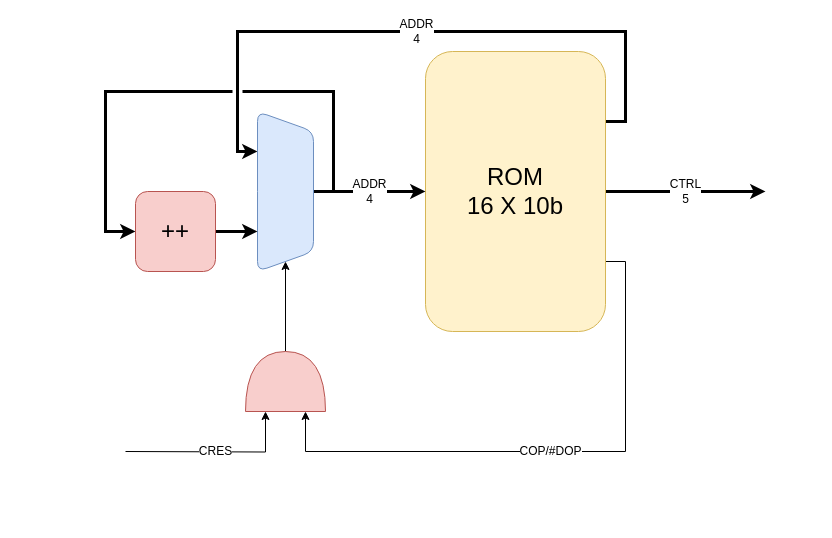
This is page "Control" (2 of 2) of doc/pseudocpu.drawio from HummusPrince/PseudoCPU, a draw.io file, before an edit. Source tidied: cells renumbered, new cells numbered last; positions are measured from the earlier drawing's top-left corner, leaving out a move shared by most shapes. Both pictures are drawn from the tidied source at 100%, with x=0, y=0 at pixel (105, 31).
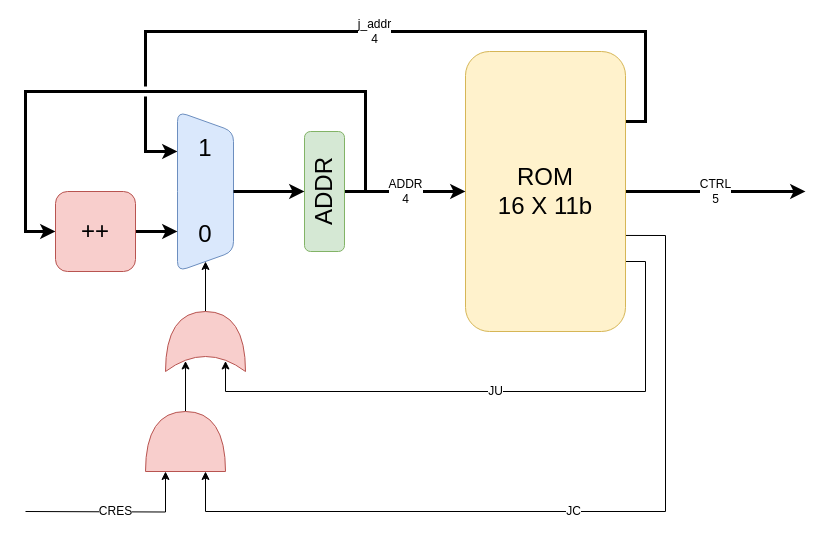
The same diagram, later.

The edit, as a diff of the source:
```diff
@@
+    <mxCell id="7" style="edgeStyle=orthogonalEdgeStyle;rounded=0;jumpStyle=gap;jettySize=auto;html=1;entryX=0;entryY=0.5;entryDx=0;entryDy=0;fontFamily=Helvetica;fontSize=12;strokeWidth=3;exitX=1;exitY=0.5;exitDx=0;exitDy=0;" parent="1" edge="1" source="17" target="10">
+      <mxGeometry relative="1" as="geometry">
+        <Array as="points">
+          <mxPoint x="260" y="160" />
+          <mxPoint x="260" y="60" />
+          <mxPoint x="-80" y="60" />
+          <mxPoint x="-80" y="200" />
+        </Array>
+      </mxGeometry>
+    </mxCell>
-    <mxCell id="2" value="&lt;div&gt;ADDR&lt;/div&gt;&lt;div&gt;4&lt;br&gt;&lt;/div&gt;" style="edgeStyle=orthogonalEdgeStyle;rounded=0;jumpStyle=gap;jettySize=auto;html=1;exitX=1;exitY=0.25;exitDx=0;exitDy=0;entryX=0.25;entryY=1;entryDx=0;entryDy=0;fontFamily=Helvetica;fontSize=12;strokeWidth=3;" parent="1" edge="1" source="5" target="8">
+    <mxCell id="2" value="&lt;div&gt;j_addr&lt;/div&gt;&lt;div&gt;4&lt;br&gt;&lt;/div&gt;" style="edgeStyle=orthogonalEdgeStyle;rounded=0;jumpStyle=gap;jettySize=auto;html=1;exitX=1;exitY=0.25;exitDx=0;exitDy=0;entryX=0.25;entryY=1;entryDx=0;entryDy=0;fontFamily=Helvetica;fontSize=12;strokeWidth=3;" parent="1" edge="1" source="5" target="8">
       <mxGeometry relative="1" as="geometry">
         <Array as="points">
-          <mxPoint x="520" y="90" />
-          <mxPoint x="520" />
-          <mxPoint x="132" />
-          <mxPoint x="132" y="120" />
+          <mxPoint x="540" y="90" />
+          <mxPoint x="540" />
+          <mxPoint x="40" />
+          <mxPoint x="40" y="120" />
         </Array>
       </mxGeometry>
     </mxCell>
     <mxCell id="3" value="&lt;div&gt;CTRL&lt;/div&gt;&lt;div&gt;5&lt;br&gt;&lt;/div&gt;" style="edgeStyle=orthogonalEdgeStyle;rounded=0;jumpStyle=gap;jettySize=auto;html=1;exitX=1;exitY=0.5;exitDx=0;exitDy=0;fontFamily=Helvetica;fontSize=12;strokeWidth=3;" parent="1" edge="1" source="5">
       <mxGeometry relative="1" as="geometry">
-        <mxPoint x="660" y="160" as="targetPoint" />
+        <mxPoint x="700" y="160" as="targetPoint" />
         <Array as="points">
-          <mxPoint x="660" y="160" />
+          <mxPoint x="700" y="160" />
         </Array>
       </mxGeometry>
     </mxCell>
-    <mxCell id="4" value="COP/#DOP" style="edgeStyle=orthogonalEdgeStyle;rounded=0;jumpStyle=gap;jettySize=auto;html=1;exitX=1;exitY=0.75;exitDx=0;exitDy=0;fontFamily=Helvetica;fontSize=12;strokeWidth=1;entryX=0;entryY=0.75;entryDx=0;entryDy=0;entryPerimeter=0;" parent="1" edge="1" source="5" target="12">
+    <mxCell id="4" value="JC" style="edgeStyle=orthogonalEdgeStyle;rounded=0;jumpStyle=gap;jettySize=auto;html=1;exitX=1;exitY=0.657;exitDx=0;exitDy=0;fontFamily=Helvetica;fontSize=12;strokeWidth=1;entryX=0;entryY=0.75;entryDx=0;entryDy=0;entryPerimeter=0;exitPerimeter=0;" parent="1" edge="1" source="5" target="12">
       <mxGeometry relative="1" as="geometry">
         <Array as="points">
-          <mxPoint x="520" y="230" />
-          <mxPoint x="520" y="420" />
-          <mxPoint x="200" y="420" />
+          <mxPoint x="560" y="204" />
+          <mxPoint x="560" y="480" />
+          <mxPoint x="100" y="480" />
         </Array>
       </mxGeometry>
     </mxCell>
+    <mxCell id="14" value="JU" style="edgeStyle=orthogonalEdgeStyle;rounded=0;jettySize=auto;html=1;exitX=1;exitY=0.75;exitDx=0;exitDy=0;entryX=0.175;entryY=0.75;entryDx=0;entryDy=0;entryPerimeter=0;fontSize=12;" parent="1" edge="1" source="5" target="16">
+      <mxGeometry relative="1" as="geometry">
+        <Array as="points">
+          <mxPoint x="540" y="230" />
+          <mxPoint x="540" y="360" />
+          <mxPoint x="120" y="360" />
+        </Array>
+      </mxGeometry>
+    </mxCell>
-    <mxCell id="5" value="&lt;div&gt;ROM&lt;/div&gt;&lt;div&gt;16 X 10b&lt;br&gt;&lt;/div&gt;" style="rounded=1;whiteSpace=wrap;html=1;fontFamily=Helvetica;fontSize=24;fillColor=#fff2cc;strokeColor=#d6b656;" parent="1" vertex="1">
-      <mxGeometry x="320" y="20" width="180" height="280" as="geometry" />
+    <mxCell id="5" value="&lt;div&gt;ROM&lt;/div&gt;&lt;div&gt;16 X 11b&lt;br&gt;&lt;/div&gt;" style="rounded=1;whiteSpace=wrap;html=1;fontFamily=Helvetica;fontSize=24;fillColor=#fff2cc;strokeColor=#d6b656;" parent="1" vertex="1">
+      <mxGeometry x="360" y="20" width="160" height="280" as="geometry" />
     </mxCell>
-    <mxCell id="6" value="&lt;div&gt;ADDR&lt;/div&gt;&lt;div&gt;4&lt;br&gt;&lt;/div&gt;" style="edgeStyle=orthogonalEdgeStyle;rounded=0;jumpStyle=gap;jettySize=auto;html=1;exitX=0.5;exitY=0;exitDx=0;exitDy=0;fontFamily=Helvetica;fontSize=12;strokeWidth=3;" parent="1" edge="1" source="8" target="5">
+    <mxCell id="6" value="&lt;div&gt;ADDR&lt;/div&gt;&lt;div&gt;4&lt;br&gt;&lt;/div&gt;" style="edgeStyle=orthogonalEdgeStyle;rounded=0;jumpStyle=gap;jettySize=auto;html=1;exitX=1;exitY=0.5;exitDx=0;exitDy=0;fontFamily=Helvetica;fontSize=12;strokeWidth=3;" parent="1" edge="1" source="17" target="5">
       <mxGeometry relative="1" as="geometry" />
     </mxCell>
-    <mxCell id="7" style="edgeStyle=orthogonalEdgeStyle;rounded=0;jumpStyle=gap;jettySize=auto;html=1;exitX=0.5;exitY=0;exitDx=0;exitDy=0;entryX=0;entryY=0.5;entryDx=0;entryDy=0;fontFamily=Helvetica;fontSize=12;strokeWidth=3;" parent="1" edge="1" source="8" target="10">
-      <mxGeometry relative="1" as="geometry">
-        <Array as="points">
-          <mxPoint x="228" y="160" />
-          <mxPoint x="228" y="60" />
-          <mxPoint y="60" />
-          <mxPoint y="200" />
-        </Array>
-      </mxGeometry>
-    </mxCell>
-    <mxCell id="8" style="shape=trapezoid;perimeter=trapezoidPerimeter;whiteSpace=wrap;html=1;fixedSize=1;fontFamily=Helvetica;fontSize=24;fillColor=#dae8fc;strokeColor=#6c8ebf;rounded=1;rotation=90;" parent="1" vertex="1">
-      <mxGeometry x="100" y="132" width="160" height="56" as="geometry" />
+    <mxCell id="8" value="&lt;div&gt;1&lt;/div&gt;&lt;div&gt;&lt;br&gt;&lt;/div&gt;&lt;div&gt;&lt;br&gt;&lt;/div&gt;&lt;div&gt;0&lt;/div&gt;" style="shape=trapezoid;perimeter=trapezoidPerimeter;whiteSpace=wrap;html=1;fixedSize=1;fontFamily=Helvetica;fontSize=24;fillColor=#dae8fc;strokeColor=#6c8ebf;rounded=1;rotation=90;horizontal=0;" parent="1" vertex="1">
+      <mxGeometry x="20" y="132" width="160" height="56" as="geometry" />
     </mxCell>
@@
     <mxCell id="10" value="++" style="rounded=1;whiteSpace=wrap;html=1;fontFamily=Helvetica;fontSize=24;fillColor=#f8cecc;strokeColor=#b85450;" parent="1" vertex="1">
-      <mxGeometry x="30" y="160" width="80" height="80" as="geometry" />
+      <mxGeometry x="-50" y="160" width="80" height="80" as="geometry" />
     </mxCell>
-    <mxCell id="11" style="edgeStyle=orthogonalEdgeStyle;rounded=0;jumpStyle=gap;jettySize=auto;html=1;exitX=1;exitY=0.5;exitDx=0;exitDy=0;exitPerimeter=0;entryX=1;entryY=0.5;entryDx=0;entryDy=0;fontFamily=Helvetica;fontSize=12;strokeWidth=1;" parent="1" edge="1" source="12" target="8">
+    <mxCell id="11" style="edgeStyle=orthogonalEdgeStyle;rounded=0;jumpStyle=gap;jettySize=auto;html=1;exitX=1;exitY=0.5;exitDx=0;exitDy=0;exitPerimeter=0;fontFamily=Helvetica;fontSize=12;strokeWidth=1;entryX=0.175;entryY=0.25;entryDx=0;entryDy=0;entryPerimeter=0;" parent="1" edge="1" source="12" target="16">
       <mxGeometry relative="1" as="geometry" />
     </mxCell>
     <mxCell id="12" style="shape=or;whiteSpace=wrap;html=1;rounded=1;fontFamily=Helvetica;fontSize=12;fillColor=#f8cecc;strokeColor=#b85450;rotation=-90;" parent="1" vertex="1">
-      <mxGeometry x="150" y="310" width="60" height="80" as="geometry" />
+      <mxGeometry x="50" y="370" width="60" height="80" as="geometry" />
     </mxCell>
     <mxCell id="13" value="CRES" style="endArrow=classic;html=1;rounded=0;fontFamily=Helvetica;fontSize=12;strokeWidth=1;jumpStyle=gap;edgeStyle=orthogonalEdgeStyle;entryX=0;entryY=0.25;entryDx=0;entryDy=0;entryPerimeter=0;" parent="1" edge="1" target="12">
       <mxGeometry relative="1" as="geometry">
-        <mxPoint x="20" y="420" as="sourcePoint" />
+        <mxPoint x="-80" y="480" as="sourcePoint" />
       </mxGeometry>
     </mxCell>
+    <mxCell id="15" style="edgeStyle=orthogonalEdgeStyle;rounded=0;jettySize=auto;html=1;exitX=1;exitY=0.5;exitDx=0;exitDy=0;exitPerimeter=0;entryX=1;entryY=0.5;entryDx=0;entryDy=0;" parent="1" edge="1" source="16" target="8">
+      <mxGeometry relative="1" as="geometry" />
+    </mxCell>
+    <mxCell id="16" style="shape=xor;whiteSpace=wrap;html=1;labelBorderColor=none;direction=north;fillColor=#f8cecc;strokeColor=#b85450;" parent="1" vertex="1">
+      <mxGeometry x="60" y="280" width="80" height="60" as="geometry" />
+    </mxCell>
+    <mxCell id="17" value="&lt;div style=&quot;font-size: 24px&quot;&gt;&lt;p style=&quot;font-size: 24px;&quot;&gt;ADDR&lt;br style=&quot;font-size: 24px;&quot;&gt;&lt;/p&gt;&lt;/div&gt;" style="rounded=1;whiteSpace=wrap;html=1;fillColor=#d5e8d4;strokeColor=#82b366;fontSize=24;fontFamily=Helvetica;horizontal=0;" parent="1" vertex="1">
+      <mxGeometry x="199" y="100" width="40" height="120" as="geometry" />
+    </mxCell>
+    <mxCell id="18" style="edgeStyle=orthogonalEdgeStyle;rounded=0;jumpStyle=gap;jettySize=auto;html=1;exitX=0.5;exitY=0;exitDx=0;exitDy=0;fontFamily=Helvetica;fontSize=12;strokeWidth=3;entryX=0;entryY=0.5;entryDx=0;entryDy=0;" parent="1" edge="1" source="8" target="17">
+      <mxGeometry relative="1" as="geometry" />
+    </mxCell>
```
